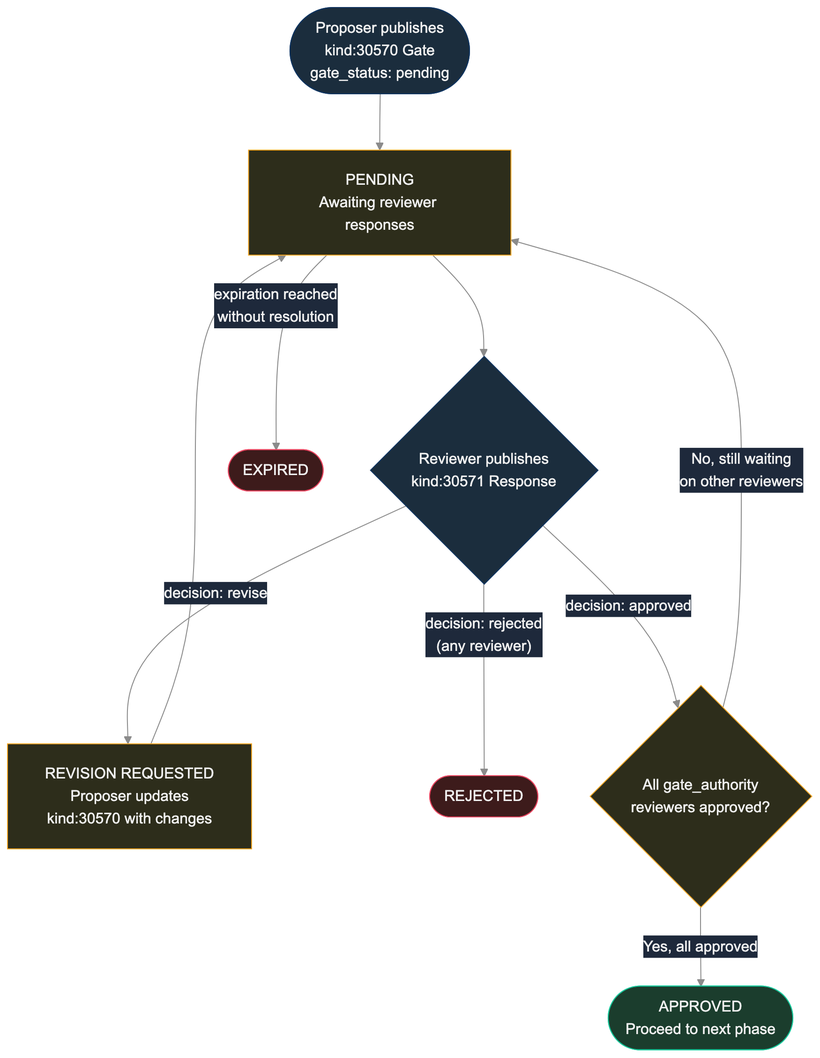
Earlier version of the Mermaid export images/approval-1-gate-state.png (forgesworn/nip-drafts). Its source is kept beside it as images/approval-1-gate-state.mmd. Source of this version:
```mermaid
flowchart TD
    classDef green fill:#1b3d2d,stroke:#16c79a,color:#f0f0f0
    classDef yellow fill:#2d2d1b,stroke:#f5a623,color:#f0f0f0
    classDef blue fill:#1b2d3d,stroke:#0f3460,color:#f0f0f0
    classDef red fill:#3d1b1b,stroke:#e94560,color:#f0f0f0

    CREATE([Proposer publishes<br/>kind:30570 Gate<br/>gate_status: pending]):::blue

    CREATE --> PENDING

    PENDING[PENDING<br/>Awaiting reviewer responses]:::yellow

    PENDING --> RESPONSE{Reviewer publishes<br/>kind:30571 Response}:::blue

    RESPONSE -- "decision: revise" --> REVISION[REVISION REQUESTED<br/>Proposer updates<br/>kind:30570 with changes]:::yellow
    REVISION --> PENDING

    RESPONSE -- "decision: rejected<br/>(any reviewer)" --> REJECTED([REJECTED]):::red

    RESPONSE -- "decision: approved" --> CHECK{All gate_authority<br/>reviewers approved?}:::yellow

    CHECK -- "No, still waiting<br/>on other reviewers" --> PENDING
    CHECK -- "Yes, all approved" --> APPROVED([APPROVED<br/>Proceed to next phase]):::green

    PENDING -- "expiration reached<br/>without resolution" --> EXPIRED([EXPIRED]):::red
```
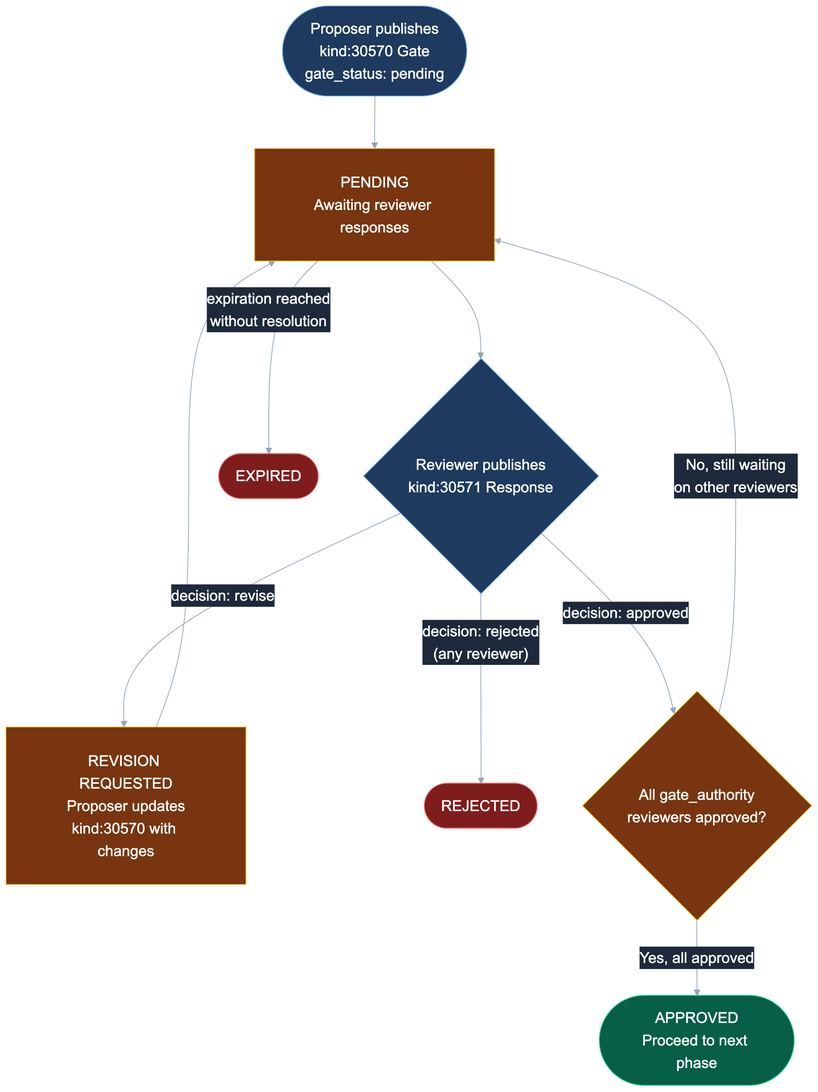
Above is the later version.

The edit, as a diff of the source:
```diff
@@ -1,8 +1,8 @@
 flowchart TD
-    classDef green fill:#1b3d2d,stroke:#16c79a,color:#f0f0f0
-    classDef yellow fill:#2d2d1b,stroke:#f5a623,color:#f0f0f0
-    classDef blue fill:#1b2d3d,stroke:#0f3460,color:#f0f0f0
-    classDef red fill:#3d1b1b,stroke:#e94560,color:#f0f0f0
+    classDef green fill:#065f46,stroke:#34d399,color:#ffffff
+    classDef yellow fill:#78350f,stroke:#fbbf24,color:#ffffff
+    classDef blue fill:#1e3a5f,stroke:#60a5fa,color:#ffffff
+    classDef red fill:#7f1d1d,stroke:#f87171,color:#ffffff
 
     CREATE([Proposer publishes<br/>kind:30570 Gate<br/>gate_status: pending]):::blue
 
```
